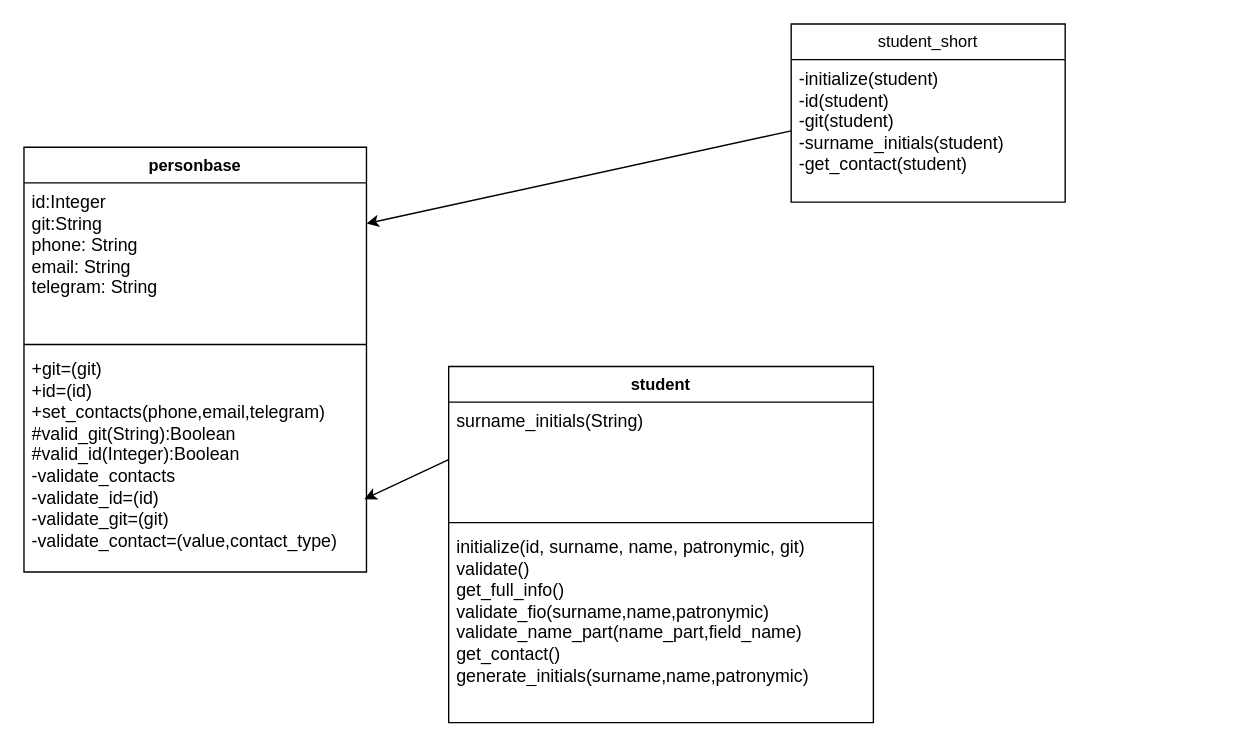
Above: Student_class/classes_Diagramm.drawio in alex7456/pattern (draw.io), before the change. Source tidied: cells renumbered, new cells numbered last; positions are measured from the earlier drawing's top-left corner, leaving out a move shared by most shapes. Both pictures are drawn from the tidied source at 137%, with x=0, y=0 at pixel (23, 23).
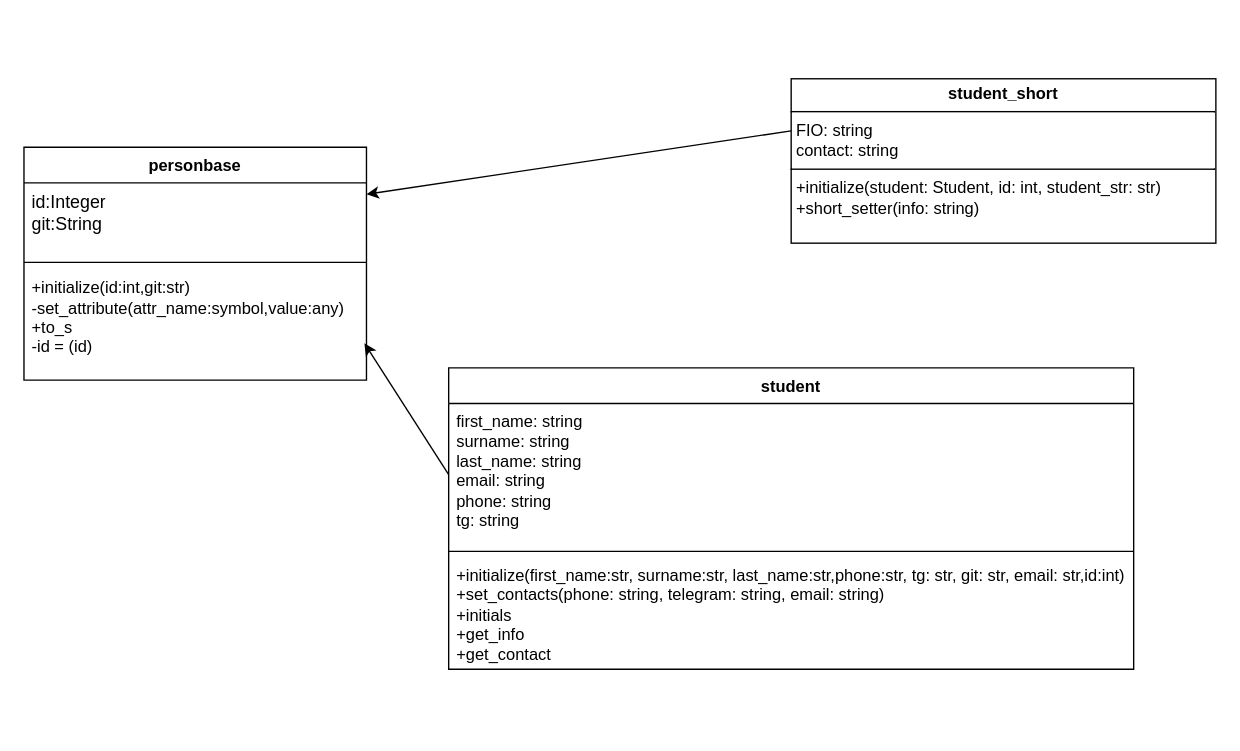
The same page after the edit.

What changed in the source:
```diff
@@
 <mxGraphModel>
   <root>
     <mxCell id="0" />
     <mxCell id="1" parent="0" />
     <mxCell id="2" value="personbase" style="swimlane;fontStyle=1;align=center;verticalAlign=top;horizontal=1;startSize=26;whiteSpace=wrap;html=1;" parent="1" vertex="1">
-      <mxGeometry y="90" width="250" height="310" as="geometry" />
+      <mxGeometry y="90" width="250" height="170" as="geometry" />
     </mxCell>
-    <mxCell id="3" value="&lt;font style=&quot;font-size: 13px;&quot;&gt;id:Integer&lt;/font&gt;&lt;div&gt;&lt;font style=&quot;font-size: 13px;&quot;&gt;git:String&lt;br&gt;phone: String&lt;br&gt;email: String&lt;br&gt;telegram: String&lt;/font&gt;&lt;/div&gt;" style="text;strokeColor=none;fillColor=none;align=left;verticalAlign=top;spacingLeft=4;spacingRight=4;overflow=hidden;points=[[0,0.5],[1,0.5]];portConstraint=eastwest;whiteSpace=wrap;html=1;" parent="2" vertex="1">
-      <mxGeometry y="26" width="250" height="114" as="geometry" />
+    <mxCell id="3" value="&lt;font style=&quot;font-size: 13px;&quot;&gt;id:Integer&lt;/font&gt;&lt;div&gt;&lt;font style=&quot;font-size: 13px;&quot;&gt;git:String&lt;br&gt;&lt;br&gt;&lt;/font&gt;&lt;/div&gt;" style="text;strokeColor=none;fillColor=none;align=left;verticalAlign=top;spacingLeft=4;spacingRight=4;overflow=hidden;points=[[0,0.5],[1,0.5]];portConstraint=eastwest;whiteSpace=wrap;html=1;" parent="2" vertex="1">
+      <mxGeometry y="26" width="250" height="54" as="geometry" />
     </mxCell>
     <mxCell id="4" style="line;strokeWidth=1;fillColor=none;align=left;verticalAlign=middle;spacingTop=-1;spacingLeft=3;spacingRight=3;labelPosition=right;strokeColor=inherit;" parent="2" vertex="1">
-      <mxGeometry y="140" width="250" height="8" as="geometry" />
+      <mxGeometry y="80" width="250" height="8" as="geometry" />
     </mxCell>
-    <mxCell id="5" value="&lt;span style=&quot;font-size: 13px;&quot;&gt;+git=(git)&lt;/span&gt;&lt;div&gt;&lt;span style=&quot;font-size: 13px;&quot;&gt;+id=(id)&lt;/span&gt;&lt;/div&gt;&lt;div&gt;&lt;span style=&quot;font-size: 13px;&quot;&gt;+set_contacts(phone,email,telegram)&lt;/span&gt;&lt;/div&gt;&lt;div&gt;&lt;span style=&quot;font-size: 13px;&quot;&gt;#valid_git(String):Boolean&lt;/span&gt;&lt;/div&gt;&lt;div&gt;&lt;span style=&quot;font-size: 13px;&quot;&gt;#valid_id(Integer):Boolean&lt;/span&gt;&lt;/div&gt;&lt;div&gt;&lt;span style=&quot;font-size: 13px;&quot;&gt;-validate_contacts&lt;/span&gt;&lt;/div&gt;&lt;div&gt;&lt;span style=&quot;font-size: 13px;&quot;&gt;-validate_id=(id)&lt;/span&gt;&lt;/div&gt;&lt;div&gt;&lt;span style=&quot;font-size: 13px;&quot;&gt;-validate_git=(git)&lt;/span&gt;&lt;/div&gt;&lt;div&gt;&lt;span style=&quot;font-size: 13px;&quot;&gt;-validate_contact=(value,contact_type)&lt;/span&gt;&lt;/div&gt;&lt;div&gt;&lt;span style=&quot;font-size: 13px;&quot;&gt;&lt;br&gt;&lt;/span&gt;&lt;/div&gt;" style="text;strokeColor=none;fillColor=none;align=left;verticalAlign=top;spacingLeft=4;spacingRight=4;overflow=hidden;points=[[0,0.5],[1,0.5]];portConstraint=eastwest;whiteSpace=wrap;html=1;" parent="2" vertex="1">
-      <mxGeometry y="148" width="250" height="162" as="geometry" />
+    <mxCell id="5" value="&lt;div&gt;&lt;span style=&quot;text-wrap: nowrap;&quot;&gt;+initialize(id:int,git:str)&lt;/span&gt;&lt;span style=&quot;font-size: 13px;&quot;&gt;&lt;br&gt;&lt;/span&gt;&lt;/div&gt;&lt;div&gt;&lt;span style=&quot;text-wrap: nowrap;&quot;&gt;-set_attribute(attr_name:symbol,value:any)&lt;/span&gt;&lt;span style=&quot;text-wrap: nowrap;&quot;&gt;&lt;br&gt;&lt;/span&gt;&lt;/div&gt;&lt;div&gt;&lt;span style=&quot;text-wrap: nowrap;&quot;&gt;+to_s&lt;/span&gt;&lt;span style=&quot;text-wrap: nowrap;&quot;&gt;&lt;br&gt;&lt;/span&gt;&lt;/div&gt;&lt;div&gt;&lt;span style=&quot;text-wrap: nowrap;&quot;&gt;-id = (id)&lt;/span&gt;&lt;/div&gt;" style="text;strokeColor=none;fillColor=none;align=left;verticalAlign=top;spacingLeft=4;spacingRight=4;overflow=hidden;points=[[0,0.5],[1,0.5]];portConstraint=eastwest;whiteSpace=wrap;html=1;" parent="2" vertex="1">
+      <mxGeometry y="88" width="250" height="82" as="geometry" />
     </mxCell>
     <mxCell id="6" value="student" style="swimlane;fontStyle=1;align=center;verticalAlign=top;horizontal=1;startSize=26;whiteSpace=wrap;html=1;" parent="1" vertex="1">
-      <mxGeometry x="310" y="250" width="310" height="260" as="geometry" />
+      <mxGeometry x="310" y="251" width="500" height="220" as="geometry" />
     </mxCell>
-    <mxCell id="7" value="&lt;span style=&quot;font-size: 13px;&quot;&gt;surname_initials(String)&lt;/span&gt;" style="text;strokeColor=none;fillColor=none;align=left;verticalAlign=top;spacingLeft=4;spacingRight=4;overflow=hidden;points=[[0,0.5],[1,0.5]];portConstraint=eastwest;whiteSpace=wrap;html=1;" parent="6" vertex="1">
-      <mxGeometry y="26" width="310" height="84" as="geometry" />
+    <mxCell id="7" value="&lt;span style=&quot;text-wrap: nowrap;&quot;&gt;first_name: string&lt;/span&gt;&lt;div&gt;&lt;span style=&quot;text-wrap: nowrap;&quot;&gt;surname: string&lt;/span&gt;&lt;span style=&quot;text-wrap: nowrap;&quot;&gt;&lt;br&gt;&lt;/span&gt;&lt;/div&gt;&lt;div&gt;&lt;span style=&quot;text-wrap: nowrap;&quot;&gt;last_name: string&lt;/span&gt;&lt;span style=&quot;text-wrap: nowrap;&quot;&gt;&lt;br&gt;&lt;/span&gt;&lt;/div&gt;&lt;div&gt;&lt;span style=&quot;text-wrap: nowrap;&quot;&gt;email: string&lt;/span&gt;&lt;span style=&quot;text-wrap: nowrap;&quot;&gt;&lt;br&gt;&lt;/span&gt;&lt;/div&gt;&lt;div&gt;&lt;span style=&quot;text-wrap: nowrap;&quot;&gt;phone: string&lt;/span&gt;&lt;span style=&quot;text-wrap: nowrap;&quot;&gt;&lt;br&gt;&lt;/span&gt;&lt;/div&gt;&lt;div&gt;&lt;span style=&quot;text-wrap: nowrap;&quot;&gt;tg: string&lt;/span&gt;&lt;span style=&quot;text-wrap: nowrap;&quot;&gt;&lt;br&gt;&lt;/span&gt;&lt;/div&gt;" style="text;strokeColor=none;fillColor=none;align=left;verticalAlign=top;spacingLeft=4;spacingRight=4;overflow=hidden;points=[[0,0.5],[1,0.5]];portConstraint=eastwest;whiteSpace=wrap;html=1;" parent="6" vertex="1">
+      <mxGeometry y="26" width="500" height="104" as="geometry" />
     </mxCell>
     <mxCell id="8" style="line;strokeWidth=1;fillColor=none;align=left;verticalAlign=middle;spacingTop=-1;spacingLeft=3;spacingRight=3;labelPosition=right;strokeColor=inherit;" parent="6" vertex="1">
-      <mxGeometry y="110" width="310" height="8" as="geometry" />
+      <mxGeometry y="130" width="500" height="8" as="geometry" />
     </mxCell>
-    <mxCell id="9" value="&lt;font style=&quot;font-size: 13px;&quot;&gt;initialize(id, surname, name, patronymic, git)&lt;br&gt;validate()&lt;br&gt;get_full_info()&lt;/font&gt;&lt;div&gt;&lt;font style=&quot;font-size: 13px;&quot;&gt;validate_fio(surname,name,patronymic)&lt;/font&gt;&lt;/div&gt;&lt;div&gt;&lt;span style=&quot;font-size: 13px; background-color: initial;&quot;&gt;validate_name_part(name_part,field_name)&lt;/span&gt;&lt;br&gt;&lt;/div&gt;&lt;div&gt;&lt;font style=&quot;font-size: 13px;&quot;&gt;get_contact()&lt;/font&gt;&lt;/div&gt;&lt;div&gt;&lt;font style=&quot;font-size: 13px;&quot;&gt;generate_initials(surname,name,patronymic)&lt;/font&gt;&lt;/div&gt;" style="text;strokeColor=none;fillColor=none;align=left;verticalAlign=top;spacingLeft=4;spacingRight=4;overflow=hidden;whiteSpace=wrap;html=1;" parent="6" vertex="1">
-      <mxGeometry y="118" width="310" height="142" as="geometry" />
+    <mxCell id="9" value="&lt;span style=&quot;text-wrap: nowrap;&quot;&gt;+initialize(first_name:str, surname:str, last_name:str,phone:str, tg: str, git: str, email: str,id:int)&lt;/span&gt;&lt;div&gt;&lt;span style=&quot;text-wrap: nowrap;&quot;&gt;+set_contacts(phone: string, telegram: string, email: string)&lt;/span&gt;&lt;span style=&quot;text-wrap: nowrap;&quot;&gt;&lt;br&gt;&lt;/span&gt;&lt;/div&gt;&lt;div&gt;+initials&lt;div style=&quot;padding: 0px; margin: 0px;&quot;&gt;+get_info&lt;div style=&quot;padding: 0px; margin: 0px;&quot;&gt;+get_contact&lt;div style=&quot;padding: 0px; margin: 0px;&quot;&gt;&lt;br style=&quot;padding: 0px; margin: 0px; text-wrap: nowrap;&quot;&gt;&lt;/div&gt;&lt;/div&gt;&lt;/div&gt;&lt;/div&gt;" style="text;strokeColor=none;fillColor=none;align=left;verticalAlign=top;spacingLeft=4;spacingRight=4;overflow=hidden;whiteSpace=wrap;html=1;" parent="6" vertex="1">
+      <mxGeometry y="138" width="500" height="82" as="geometry" />
     </mxCell>
-    <mxCell id="10" value="student_short" style="swimlane;fontStyle=0;horizontal=1;startSize=26;fillColor=none;whiteSpace=wrap;html=1;" parent="1" vertex="1">
-      <mxGeometry x="560" width="200" height="130" as="geometry" />
-    </mxCell>
-    <mxCell id="11" value="&lt;font style=&quot;font-size: 13px;&quot;&gt;-initialize(student)&lt;br&gt;&lt;/font&gt;&lt;div&gt;&lt;font style=&quot;font-size: 13px;&quot;&gt;-id(student)&lt;/font&gt;&lt;/div&gt;&lt;div&gt;&lt;font style=&quot;font-size: 13px;&quot;&gt;-git(student)&lt;/font&gt;&lt;/div&gt;&lt;div&gt;&lt;font style=&quot;font-size: 13px;&quot;&gt;-surname_initials(student)&lt;/font&gt;&lt;/div&gt;&lt;div&gt;&lt;font style=&quot;font-size: 13px;&quot;&gt;-get_contact(student)&lt;/font&gt;&lt;/div&gt;" style="text;strokeColor=none;fillColor=none;align=left;verticalAlign=top;spacingLeft=4;spacingRight=4;overflow=hidden;points=[[0,0.5],[1,0.5]];portConstraint=eastwest;whiteSpace=wrap;html=1;" parent="10" vertex="1">
-      <mxGeometry y="26" width="200" height="104" as="geometry" />
-    </mxCell>
     <mxCell id="12" style="endArrow=classic;html=1;rounded=0;entryX=0.994;entryY=0.672;entryDx=0;entryDy=0;entryPerimeter=0;exitX=0;exitY=0.5;exitDx=0;exitDy=0;" parent="1" edge="1" source="7" target="5">
       <mxGeometry relative="1" as="geometry" />
     </mxCell>
-    <mxCell id="13" style="endArrow=classic;html=1;rounded=0;exitX=0;exitY=0.5;exitDx=0;exitDy=0;" parent="1" edge="1" source="11" target="3">
-      <mxGeometry relative="1" as="geometry" />
+    <mxCell id="13" style="endArrow=classic;html=1;rounded=0;exitX=0;exitY=0.5;exitDx=0;exitDy=0;" parent="1" edge="1" target="3">
+      <mxGeometry relative="1" as="geometry">
+        <mxPoint x="560" y="78" as="sourcePoint" />
+      </mxGeometry>
     </mxCell>
+    <mxCell id="14" value="&lt;p style=&quot;margin:0px;margin-top:4px;text-align:center;&quot;&gt;&lt;b&gt;student_short&lt;/b&gt;&lt;/p&gt;&lt;hr size=&quot;1&quot; style=&quot;border-style:solid;&quot;&gt;&lt;p style=&quot;margin:0px;margin-left:4px;&quot;&gt;&lt;span style=&quot;text-wrap: nowrap;&quot;&gt;FIO: string&lt;/span&gt;&lt;br&gt;&lt;/p&gt;&lt;p style=&quot;margin:0px;margin-left:4px;&quot;&gt;&lt;span style=&quot;text-wrap: nowrap;&quot;&gt;contact: string&lt;/span&gt;&lt;span style=&quot;text-wrap: nowrap;&quot;&gt;&lt;br&gt;&lt;/span&gt;&lt;/p&gt;&lt;hr size=&quot;1&quot; style=&quot;border-style:solid;&quot;&gt;&lt;p style=&quot;margin:0px;margin-left:4px;&quot;&gt;&lt;span style=&quot;text-wrap: nowrap;&quot;&gt;+initialize(student: Student, id: int, student_str: str)&lt;/span&gt;&lt;br&gt;&lt;/p&gt;&lt;p style=&quot;margin:0px;margin-left:4px;&quot;&gt;&lt;span style=&quot;text-wrap: nowrap;&quot;&gt;+short_setter(info: string)&lt;/span&gt;&lt;span style=&quot;text-wrap: nowrap;&quot;&gt;&lt;br&gt;&lt;/span&gt;&lt;/p&gt;" style="verticalAlign=top;align=left;overflow=fill;html=1;whiteSpace=wrap;" parent="1" vertex="1">
+      <mxGeometry x="560" y="40" width="310" height="120" as="geometry" />
+    </mxCell>
   </root>
 </mxGraphModel>
```
